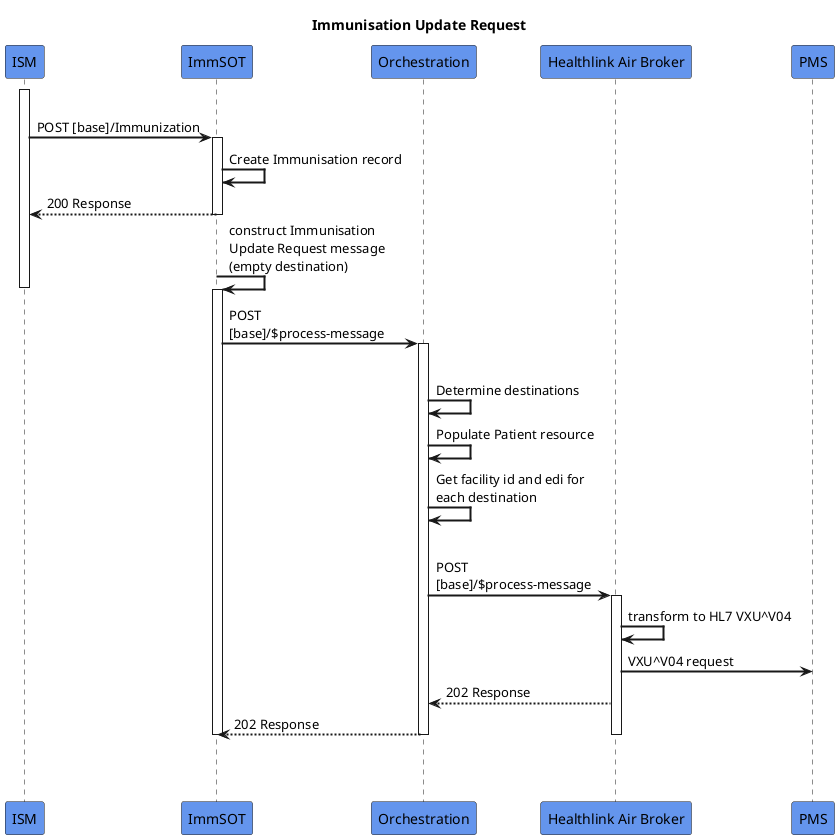
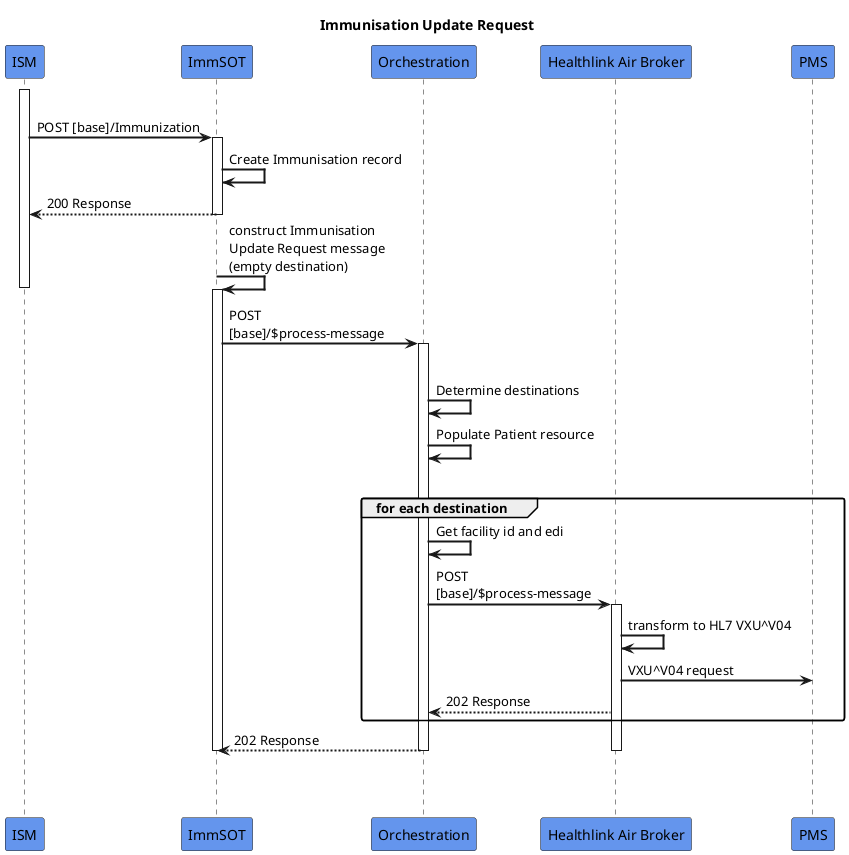
@startuml
skinparam sequenceArrowThickness 2
skinparam roundcorner 5
skinparam maxmessagesize 180
skinparam sequenceParticipant bold
title  Immunisation Update Request
participant "ISM" as AA #CornflowerBlue
participant "ImmSOT" as A #CornflowerBlue
participant "Orchestration" as B #CornflowerBlue
participant "Healthlink Air Broker" as C #CornflowerBlue
participant "PMS" as D #CornflowerBlue
|||
activate AA
AA -> A: POST [base]/Immunization
activate A
A -> A: Create Immunisation record
A -[dashed]-> AA:  200 Response
deactivate A

A -> A: construct Immunisation Update Request message (empty destination)
activate A
deactivate AA

A -> B: POST [base]/$process-message

activate B
|||
B -> B: Determine destinations
B -> B: Populate Patient resource
- B -> B: Get facility id and edi for  each destination
|||
- B -> C: POST [base]/$process-message
- activate C
- C -> C:  transform to HL7 VXU^V04
- C -> D: VXU^V04 request
- C -[dashed]-> B:  202 Response
+ group for each destination
+  B -> B: Get facility id and edi
+  B -> C: POST [base]/$process-message
+  activate C
+  C -> C:  transform to HL7 VXU^V04
+  C -> D: VXU^V04 request
+  C -[dashed]-> B:  202 Response
+ end
B -[dashed]-> A: 202 Response
deactivate B
|||
deactivate C
deactivate A
|||
@enduml